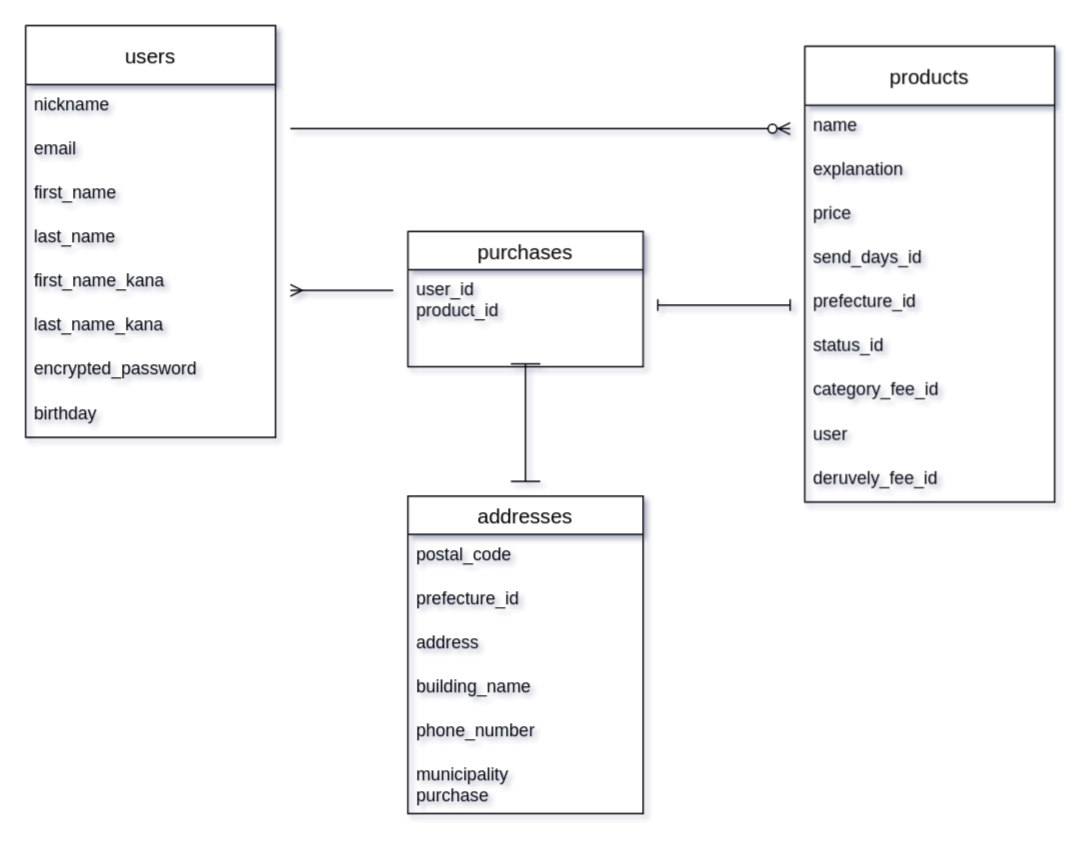
The draw.io diagram er.dio in xxyychyo/furima-37867, before the edit. Source tidied: cells renumbered, new cells numbered last; positions are measured from the earlier drawing's top-left corner, leaving out a move shared by most shapes. Both pictures are drawn from the tidied source at 147%, with x=0, y=0 at pixel (25, 25).
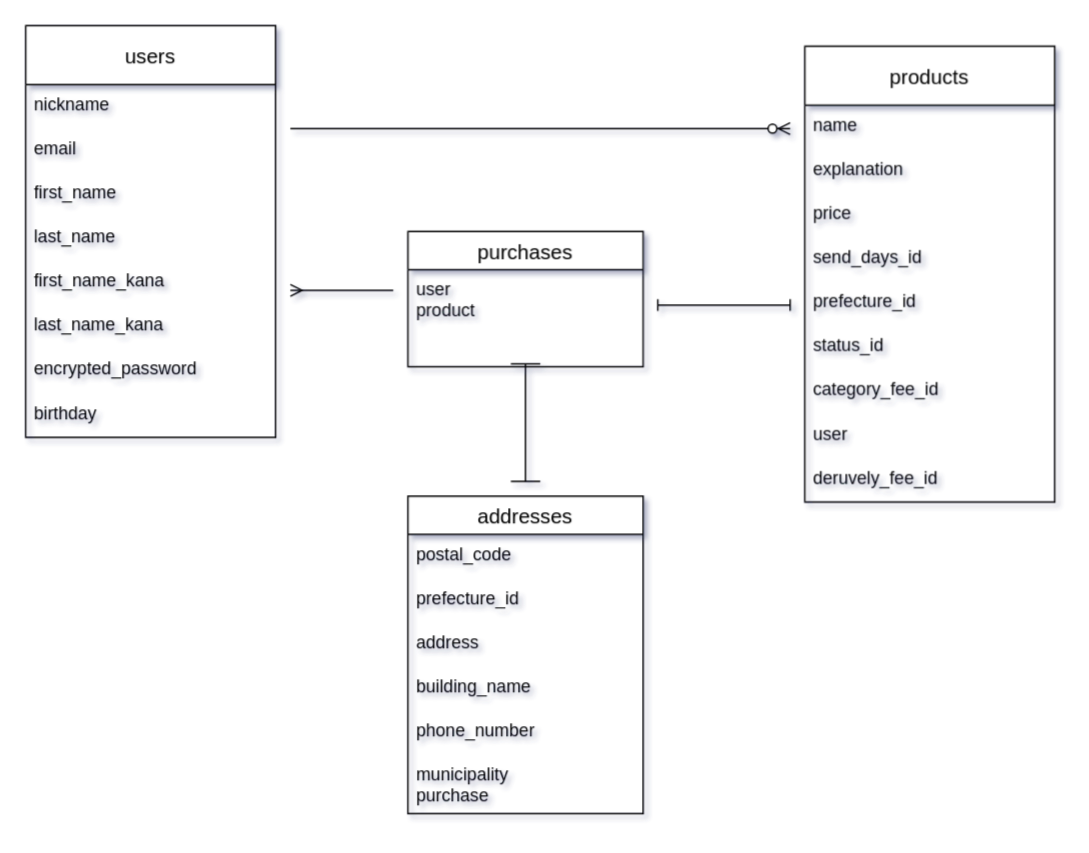
The same page after the edit.

The change refers to these unchanged cells:
```xml
<mxCell id="12" value="purchases" style="swimlane;fontStyle=0;horizontal=1;startSize=26;align=center;fontSize=14;" parent="1" vertex="1">
  <mxGeometry x="260" y="140" width="160" height="92" as="geometry" />
</mxCell>
```

What changed in the source:
```diff
@@
-    <mxCell id="13" value="user_id&#10;product_id&#10;&#10;" style="text;strokeColor=none;fillColor=none;spacingLeft=4;spacingRight=4;overflow=hidden;fontSize=12;" parent="12" vertex="1">
+    <mxCell id="13" value="user&#10;product&#10;&#10;" style="text;strokeColor=none;fillColor=none;spacingLeft=4;spacingRight=4;overflow=hidden;fontSize=12;" parent="12" vertex="1">
       <mxGeometry y="26" width="160" height="66" as="geometry" />
     </mxCell>
```
